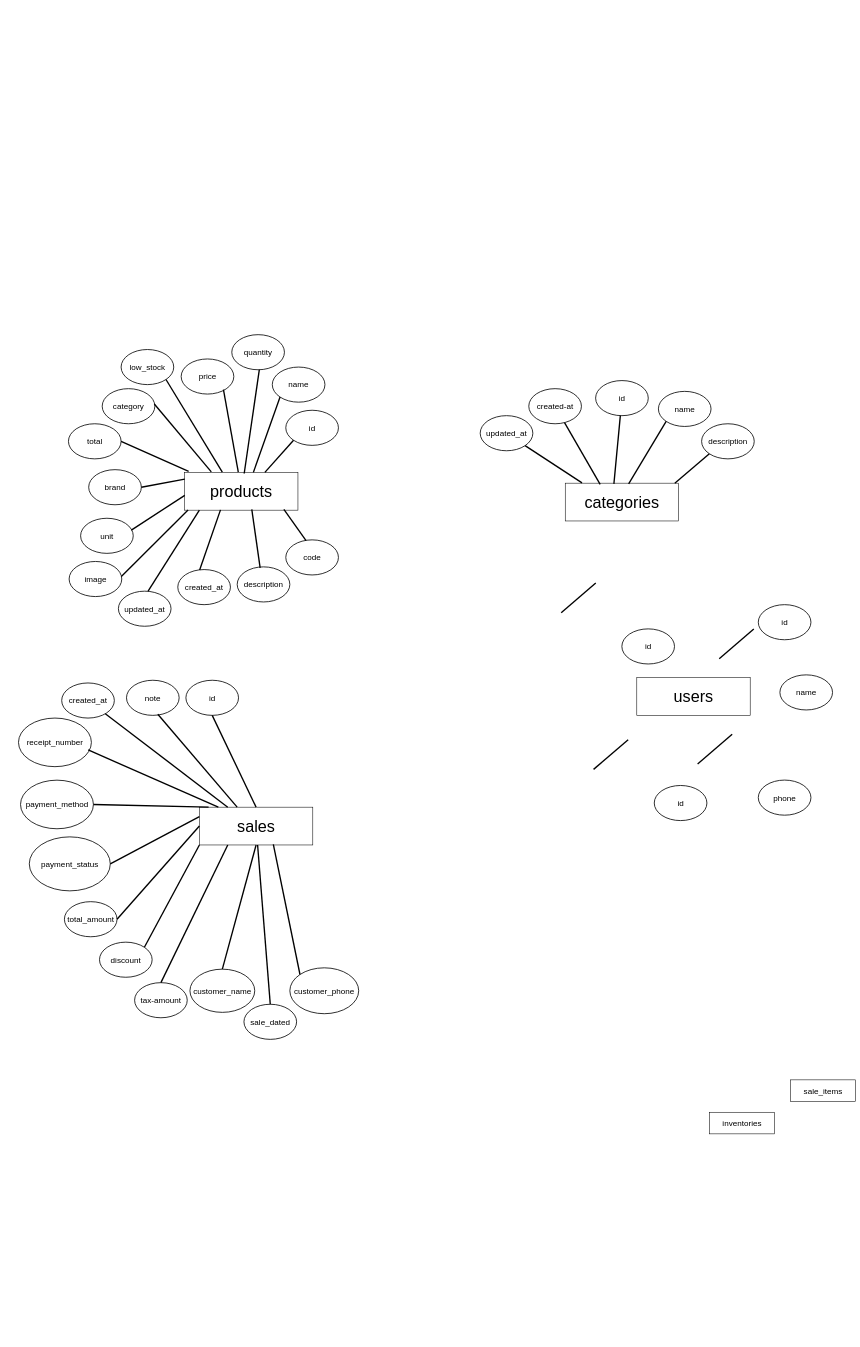
This is App ER Diagram.drawio from ChornChhery/Jame, a draw.io file, before an edit. Source tidied: cells renumbered, new cells numbered last; positions are measured from the earlier drawing's top-left corner, leaving out a move shared by most shapes. Both pictures are drawn from the tidied source at 27%, with x=0, y=0 at pixel (18, 335).
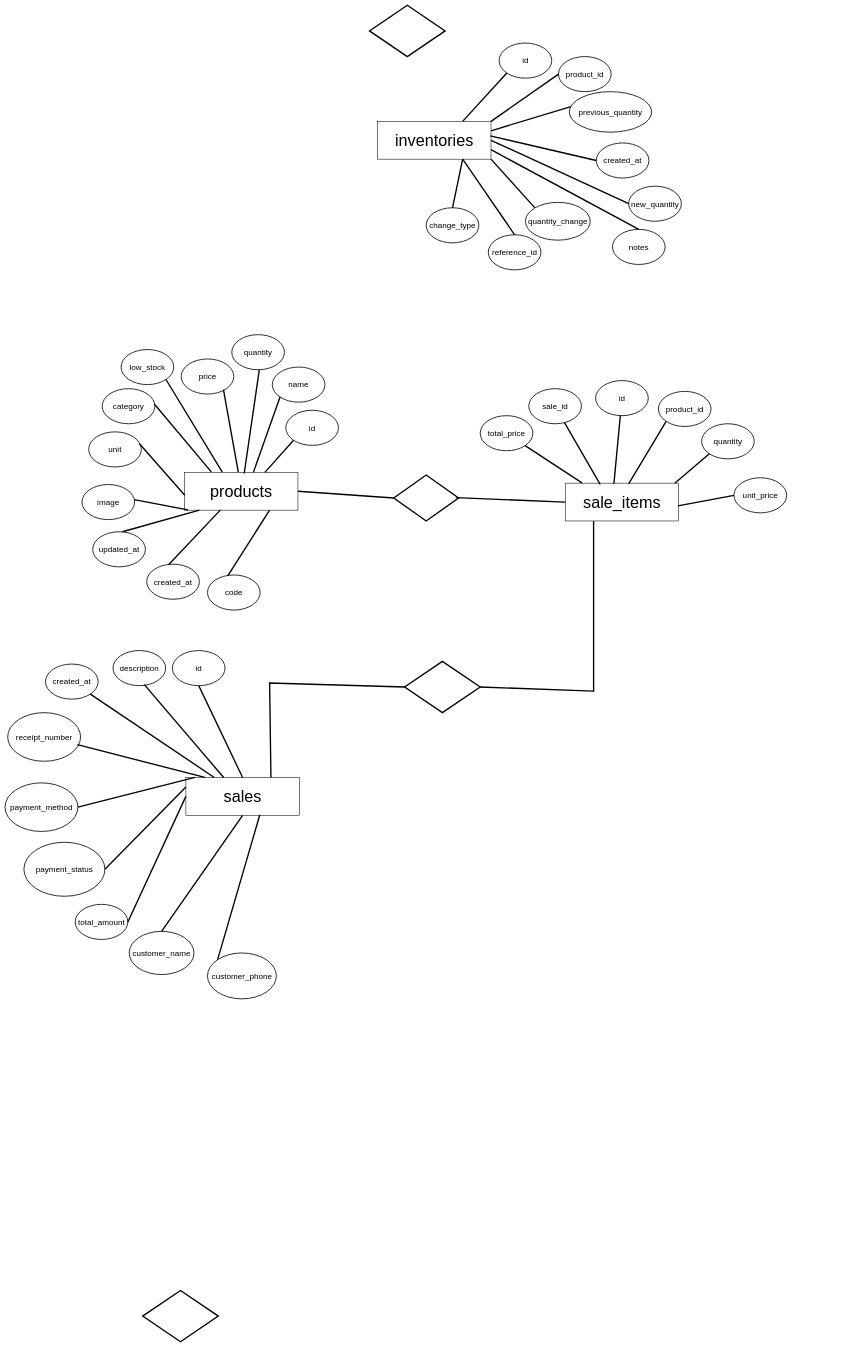
After the change.

Unchanged cells that the change refers to:
```xml
<mxCell id="2" value="&lt;font style=&quot;font-size: 60px;&quot;&gt;products&lt;/font&gt;" style="rounded=0;whiteSpace=wrap;html=1;strokeWidth=2;" parent="1" vertex="1">
  <mxGeometry x="615" y="510" width="420" height="140" as="geometry" />
</mxCell>
```

Change to the diagram source:
```diff
@@
-    <mxCell id="3" value="&lt;font style=&quot;font-size: 60px;&quot;&gt;categories&lt;/font&gt;" style="rounded=0;whiteSpace=wrap;html=1;strokeWidth=2;" parent="1" vertex="1">
+    <mxCell id="3" value="&lt;font style=&quot;font-size: 60px;&quot;&gt;sale_items&lt;/font&gt;" style="rounded=0;whiteSpace=wrap;html=1;strokeWidth=2;" parent="1" vertex="1">
       <mxGeometry x="2025" y="550" width="420" height="140" as="geometry" />
     </mxCell>
-    <mxCell id="4" value="&lt;font style=&quot;font-size: 30px;&quot;&gt;sale_items&lt;/font&gt;" style="rounded=0;whiteSpace=wrap;html=1;strokeWidth=2;" parent="1" vertex="1">
-      <mxGeometry x="2860" y="2760" width="240" height="80" as="geometry" />
-    </mxCell>
     <mxCell id="5" value="&lt;font style=&quot;font-size: 60px;&quot;&gt;sales&lt;/font&gt;" style="rounded=0;whiteSpace=wrap;html=1;strokeWidth=2;" parent="1" vertex="1">
-      <mxGeometry x="670" y="1750" width="420" height="140" as="geometry" />
+      <mxGeometry x="620" y="1640" width="420" height="140" as="geometry" />
     </mxCell>
-    <mxCell id="6" value="&lt;font style=&quot;font-size: 30px;&quot;&gt;inventories&lt;/font&gt;" style="rounded=0;whiteSpace=wrap;html=1;strokeWidth=2;" parent="1" vertex="1">
-      <mxGeometry x="2560" y="2880" width="240" height="80" as="geometry" />
-    </mxCell>
-    <mxCell id="7" value="&lt;font style=&quot;font-size: 60px;&quot;&gt;users&lt;/font&gt;" style="rounded=0;whiteSpace=wrap;html=1;strokeWidth=2;" parent="1" vertex="1">
-      <mxGeometry x="2290" y="1270" width="420" height="140" as="geometry" />
+    <mxCell id="7" value="&lt;font style=&quot;font-size: 60px;&quot;&gt;inventories&lt;/font&gt;" style="rounded=0;whiteSpace=wrap;html=1;strokeWidth=2;" parent="1" vertex="1">
+      <mxGeometry x="1330" y="-790" width="420" height="140" as="geometry" />
     </mxCell>
@@
-    <mxCell id="10" value="&lt;font style=&quot;font-size: 30px;&quot;&gt;description&lt;/font&gt;" style="ellipse;whiteSpace=wrap;html=1;strokeWidth=3;" parent="1" vertex="1">
-      <mxGeometry x="810" y="860" width="195" height="130" as="geometry" />
-    </mxCell>
@@
-    <mxCell id="12" value="&lt;font style=&quot;font-size: 30px;&quot;&gt;total&lt;/font&gt;" style="ellipse;whiteSpace=wrap;html=1;strokeWidth=3;" parent="1" vertex="1">
-      <mxGeometry x="185" y="330" width="195" height="130" as="geometry" />
-    </mxCell>
@@
     <mxCell id="15" value="&lt;font style=&quot;font-size: 30px;&quot;&gt;code&lt;/font&gt;" style="ellipse;whiteSpace=wrap;html=1;strokeWidth=3;" parent="1" vertex="1">
-      <mxGeometry x="990" y="760" width="195" height="130" as="geometry" />
+      <mxGeometry x="700" y="890" width="195" height="130" as="geometry" />
     </mxCell>
@@
-    <mxCell id="17" value="&lt;font style=&quot;font-size: 30px;&quot;&gt;brand&lt;/font&gt;" style="ellipse;whiteSpace=wrap;html=1;strokeWidth=3;" parent="1" vertex="1">
-      <mxGeometry x="260" y="500" width="195" height="130" as="geometry" />
-    </mxCell>
     <mxCell id="18" value="&lt;font style=&quot;font-size: 30px;&quot;&gt;unit&lt;/font&gt;" style="ellipse;whiteSpace=wrap;html=1;strokeWidth=3;" parent="1" vertex="1">
-      <mxGeometry x="230" y="680" width="195" height="130" as="geometry" />
+      <mxGeometry x="260" y="360" width="195" height="130" as="geometry" />
     </mxCell>
     <mxCell id="19" value="&lt;font style=&quot;font-size: 30px;&quot;&gt;image&lt;/font&gt;" style="ellipse;whiteSpace=wrap;html=1;strokeWidth=3;" parent="1" vertex="1">
-      <mxGeometry x="187.5" y="840" width="195" height="130" as="geometry" />
+      <mxGeometry x="235" y="555" width="195" height="130" as="geometry" />
     </mxCell>
     <mxCell id="20" value="&lt;font style=&quot;font-size: 30px;&quot;&gt;created_at&lt;/font&gt;" style="ellipse;whiteSpace=wrap;html=1;strokeWidth=3;" parent="1" vertex="1">
-      <mxGeometry x="590" y="870" width="195" height="130" as="geometry" />
+      <mxGeometry x="475" y="850" width="195" height="130" as="geometry" />
     </mxCell>
     <mxCell id="21" value="&lt;font style=&quot;font-size: 30px;&quot;&gt;updated_at&lt;/font&gt;" style="ellipse;whiteSpace=wrap;html=1;strokeWidth=3;" parent="1" vertex="1">
-      <mxGeometry x="370" y="950" width="195" height="130" as="geometry" />
+      <mxGeometry x="275" y="730" width="195" height="130" as="geometry" />
     </mxCell>
@@
-    <mxCell id="23" value="&lt;font style=&quot;font-size: 30px;&quot;&gt;name&lt;/font&gt;" style="ellipse;whiteSpace=wrap;html=1;strokeWidth=3;" parent="1" vertex="1">
+    <mxCell id="23" value="&lt;font style=&quot;font-size: 30px;&quot;&gt;product_id&lt;/font&gt;" style="ellipse;whiteSpace=wrap;html=1;strokeWidth=3;" parent="1" vertex="1">
       <mxGeometry x="2370" y="210" width="195" height="130" as="geometry" />
     </mxCell>
-    <mxCell id="24" value="&lt;font style=&quot;font-size: 30px;&quot;&gt;description&lt;/font&gt;" style="ellipse;whiteSpace=wrap;html=1;strokeWidth=3;" parent="1" vertex="1">
+    <mxCell id="24" value="&lt;font style=&quot;font-size: 30px;&quot;&gt;quantity&lt;/font&gt;" style="ellipse;whiteSpace=wrap;html=1;strokeWidth=3;" parent="1" vertex="1">
       <mxGeometry x="2530" y="330" width="195" height="130" as="geometry" />
     </mxCell>
-    <mxCell id="25" value="&lt;font style=&quot;font-size: 30px;&quot;&gt;created-at&lt;/font&gt;" style="ellipse;whiteSpace=wrap;html=1;strokeWidth=3;" parent="1" vertex="1">
+    <mxCell id="25" value="&lt;font style=&quot;font-size: 30px;&quot;&gt;sale_id&lt;/font&gt;" style="ellipse;whiteSpace=wrap;html=1;strokeWidth=3;" parent="1" vertex="1">
       <mxGeometry x="1890" y="200" width="195" height="130" as="geometry" />
     </mxCell>
-    <mxCell id="26" value="&lt;font style=&quot;font-size: 30px;&quot;&gt;updated_at&lt;/font&gt;" style="ellipse;whiteSpace=wrap;html=1;strokeWidth=3;" parent="1" vertex="1">
+    <mxCell id="26" value="&lt;font style=&quot;font-size: 30px;&quot;&gt;total_price&lt;/font&gt;" style="ellipse;whiteSpace=wrap;html=1;strokeWidth=3;" parent="1" vertex="1">
       <mxGeometry x="1710" y="300" width="195" height="130" as="geometry" />
     </mxCell>
     <mxCell id="27" value="&lt;font style=&quot;font-size: 30px;&quot;&gt;total_amount&lt;/font&gt;" style="ellipse;whiteSpace=wrap;html=1;strokeWidth=3;" parent="1" vertex="1">
-      <mxGeometry x="170" y="2100" width="195" height="130" as="geometry" />
+      <mxGeometry x="210" y="2110" width="195" height="130" as="geometry" />
     </mxCell>
-    <mxCell id="28" value="&lt;font style=&quot;font-size: 30px;&quot;&gt;tax-amount&lt;/font&gt;" style="ellipse;whiteSpace=wrap;html=1;strokeWidth=3;" parent="1" vertex="1">
-      <mxGeometry x="430" y="2400" width="195" height="130" as="geometry" />
-    </mxCell>
-    <mxCell id="29" value="&lt;font style=&quot;font-size: 30px;&quot;&gt;sale_dated&lt;/font&gt;" style="ellipse;whiteSpace=wrap;html=1;strokeWidth=3;" parent="1" vertex="1">
-      <mxGeometry x="835" y="2480" width="195" height="130" as="geometry" />
-    </mxCell>
     <mxCell id="30" value="&lt;font style=&quot;font-size: 30px;&quot;&gt;id&lt;/font&gt;" style="ellipse;whiteSpace=wrap;html=1;strokeWidth=3;" parent="1" vertex="1">
-      <mxGeometry x="620" y="1280" width="195" height="130" as="geometry" />
+      <mxGeometry x="570" y="1170" width="195" height="130" as="geometry" />
     </mxCell>
-    <mxCell id="31" value="&lt;font style=&quot;font-size: 30px;&quot;&gt;discount&lt;/font&gt;" style="ellipse;whiteSpace=wrap;html=1;strokeWidth=3;" parent="1" vertex="1">
-      <mxGeometry x="300" y="2250" width="195" height="130" as="geometry" />
-    </mxCell>
     <mxCell id="32" value="&lt;span style=&quot;font-size: 30px;&quot;&gt;customer_name&lt;/span&gt;" style="ellipse;whiteSpace=wrap;html=1;strokeWidth=3;" parent="1" vertex="1">
-      <mxGeometry x="635" y="2350" width="240" height="160" as="geometry" />
+      <mxGeometry x="410" y="2210" width="240" height="160" as="geometry" />
     </mxCell>
     <mxCell id="33" value="&lt;font style=&quot;font-size: 30px;&quot;&gt;payment_status&lt;/font&gt;" style="ellipse;whiteSpace=wrap;html=1;strokeWidth=3;" parent="1" vertex="1">
-      <mxGeometry x="40" y="1860" width="300" height="200" as="geometry" />
+      <mxGeometry x="20" y="1880" width="300" height="200" as="geometry" />
     </mxCell>
     <mxCell id="34" value="&lt;font style=&quot;font-size: 30px;&quot;&gt;payment_method&lt;/font&gt;" style="ellipse;strokeWidth=3;align=center;html=1;whiteSpace=wrap;" parent="1" vertex="1">
-      <mxGeometry x="7.5" y="1650" width="270" height="180" as="geometry" />
+      <mxGeometry x="-50" y="1660" width="270" height="180" as="geometry" />
     </mxCell>
     <mxCell id="35" value="&lt;span style=&quot;font-size: 30px;&quot;&gt;customer_phone&lt;/span&gt;" style="ellipse;whiteSpace=wrap;html=1;strokeWidth=3;" parent="1" vertex="1">
-      <mxGeometry x="1005" y="2345" width="255" height="170" as="geometry" />
+      <mxGeometry x="700" y="2290" width="255" height="170" as="geometry" />
     </mxCell>
     <mxCell id="36" value="&lt;span style=&quot;font-size: 30px;&quot;&gt;receipt_number&lt;/span&gt;" style="ellipse;whiteSpace=wrap;html=1;strokeWidth=3;" parent="1" vertex="1">
-      <mxGeometry y="1420" width="270" height="180" as="geometry" />
+      <mxGeometry x="-40" y="1400" width="270" height="180" as="geometry" />
     </mxCell>
-    <mxCell id="37" value="&lt;span style=&quot;font-size: 30px;&quot;&gt;note&lt;/span&gt;" style="ellipse;whiteSpace=wrap;html=1;strokeWidth=3;" parent="1" vertex="1">
-      <mxGeometry x="400" y="1280" width="195" height="130" as="geometry" />
+    <mxCell id="37" value="&lt;span style=&quot;font-size: 30px;&quot;&gt;description&lt;/span&gt;" style="ellipse;whiteSpace=wrap;html=1;strokeWidth=3;" parent="1" vertex="1">
+      <mxGeometry x="350" y="1170" width="195" height="130" as="geometry" />
     </mxCell>
     <mxCell id="38" value="&lt;span style=&quot;font-size: 30px;&quot;&gt;created_at&lt;/span&gt;" style="ellipse;whiteSpace=wrap;html=1;strokeWidth=3;" parent="1" vertex="1">
-      <mxGeometry x="160" y="1290" width="195" height="130" as="geometry" />
+      <mxGeometry x="100" y="1220" width="195" height="130" as="geometry" />
     </mxCell>
@@
-    <mxCell id="45" style="endArrow=none;html=1;rounded=0;strokeWidth=5;entryX=0.036;entryY=-0.029;entryDx=0;entryDy=0;exitX=1;exitY=0.5;exitDx=0;exitDy=0;entryPerimeter=0;" parent="1" edge="1" source="12" target="2">
-      <mxGeometry relative="1" as="geometry" />
-    </mxCell>
-    <mxCell id="46" style="endArrow=none;html=1;rounded=0;strokeWidth=5;entryX=0.002;entryY=0.179;entryDx=0;entryDy=0;exitX=1;exitY=0.5;exitDx=0;exitDy=0;entryPerimeter=0;" parent="1" edge="1" source="17" target="2">
-      <mxGeometry relative="1" as="geometry" />
-    </mxCell>
@@
-    <mxCell id="51" style="endArrow=none;html=1;rounded=0;strokeWidth=5;entryX=0.593;entryY=0.979;entryDx=0;entryDy=0;entryPerimeter=0;exitX=0.436;exitY=0.031;exitDx=0;exitDy=0;exitPerimeter=0;" parent="1" edge="1" source="10" target="2">
-      <mxGeometry relative="1" as="geometry" />
-    </mxCell>
-    <mxCell id="52" style="endArrow=none;html=1;rounded=0;strokeWidth=5;entryX=0.876;entryY=0.979;entryDx=0;entryDy=0;entryPerimeter=0;exitX=0.385;exitY=0.023;exitDx=0;exitDy=0;exitPerimeter=0;" parent="1" edge="1" source="15" target="2">
+    <mxCell id="52" style="endArrow=none;html=1;rounded=0;strokeWidth=5;entryX=0.75;entryY=1;entryDx=0;entryDy=0;exitX=0.385;exitY=0.023;exitDx=0;exitDy=0;exitPerimeter=0;" parent="1" edge="1" source="15" target="2">
       <mxGeometry relative="1" as="geometry" />
     </mxCell>
@@
-    <mxCell id="61" style="endArrow=none;html=1;rounded=0;strokeWidth=5;exitX=0.5;exitY=0;exitDx=0;exitDy=0;" parent="1" edge="1" source="29" target="5">
-      <mxGeometry relative="1" as="geometry" />
-    </mxCell>
-    <mxCell id="62" style="endArrow=none;html=1;rounded=0;strokeWidth=5;entryX=1;entryY=0;entryDx=0;entryDy=0;exitX=0;exitY=1;exitDx=0;exitDy=0;" parent="1" edge="1" source="5" target="31">
-      <mxGeometry relative="1" as="geometry" />
-    </mxCell>
@@
-    <mxCell id="64" style="endArrow=none;html=1;rounded=0;strokeWidth=5;entryX=0.25;entryY=1;entryDx=0;entryDy=0;exitX=0.5;exitY=0;exitDx=0;exitDy=0;" parent="1" edge="1" source="28" target="5">
-      <mxGeometry relative="1" as="geometry" />
-    </mxCell>
@@
-    <mxCell id="70" value="&lt;font style=&quot;font-size: 30px;&quot;&gt;id&lt;/font&gt;" style="ellipse;whiteSpace=wrap;html=1;strokeWidth=3;" parent="1" vertex="1">
-      <mxGeometry x="2740" y="1000" width="195" height="130" as="geometry" />
+    <mxCell id="70" value="&lt;span style=&quot;font-size: 30px;&quot;&gt;product_id&lt;/span&gt;" style="ellipse;whiteSpace=wrap;html=1;strokeWidth=3;" parent="1" vertex="1">
+      <mxGeometry x="2000" y="-1030" width="195" height="130" as="geometry" />
     </mxCell>
-    <mxCell id="71" style="endArrow=none;html=1;rounded=0;strokeWidth=5;entryX=0;entryY=1;entryDx=0;entryDy=0;exitX=0.966;exitY=0.005;exitDx=0;exitDy=0;exitPerimeter=0;" parent="1" edge="1">
-      <mxGeometry relative="1" as="geometry">
-        <mxPoint x="2595.3" y="1200.3" as="sourcePoint" />
-        <mxPoint x="2723.3" y="1090.3" as="targetPoint" />
-      </mxGeometry>
+    <mxCell id="71" style="endArrow=none;html=1;rounded=0;strokeWidth=5;entryX=0;entryY=0;entryDx=0;entryDy=0;exitX=1;exitY=1;exitDx=0;exitDy=0;" parent="1" edge="1" source="7" target="80">
+      <mxGeometry relative="1" as="geometry" />
     </mxCell>
-    <mxCell id="72" value="&lt;font style=&quot;font-size: 30px;&quot;&gt;name&lt;/font&gt;" style="ellipse;whiteSpace=wrap;html=1;strokeWidth=3;" parent="1" vertex="1">
-      <mxGeometry x="2820" y="1260" width="195" height="130" as="geometry" />
+    <mxCell id="72" value="&lt;font style=&quot;font-size: 30px;&quot;&gt;reference_id&lt;/font&gt;" style="ellipse;whiteSpace=wrap;html=1;strokeWidth=3;" parent="1" vertex="1">
+      <mxGeometry x="1740" y="-370" width="195" height="130" as="geometry" />
     </mxCell>
-    <mxCell id="73" value="&lt;font style=&quot;font-size: 30px;&quot;&gt;phone&lt;/font&gt;" style="ellipse;whiteSpace=wrap;html=1;strokeWidth=3;" parent="1" vertex="1">
-      <mxGeometry x="2740" y="1649.7" width="195" height="130" as="geometry" />
+    <mxCell id="73" value="&lt;font style=&quot;font-size: 30px;&quot;&gt;created_at&lt;/font&gt;" style="ellipse;whiteSpace=wrap;html=1;strokeWidth=3;" parent="1" vertex="1">
+      <mxGeometry x="2140" y="-710" width="195" height="130" as="geometry" />
     </mxCell>
-    <mxCell id="74" style="endArrow=none;html=1;rounded=0;strokeWidth=5;entryX=0;entryY=1;entryDx=0;entryDy=0;exitX=0.966;exitY=0.005;exitDx=0;exitDy=0;exitPerimeter=0;" parent="1" edge="1">
-      <mxGeometry relative="1" as="geometry">
-        <mxPoint x="2515.3" y="1590" as="sourcePoint" />
-        <mxPoint x="2643.3" y="1480" as="targetPoint" />
-      </mxGeometry>
+    <mxCell id="74" style="endArrow=none;html=1;rounded=0;strokeWidth=5;entryX=0;entryY=0.5;entryDx=0;entryDy=0;exitX=1;exitY=0;exitDx=0;exitDy=0;" parent="1" edge="1" source="7" target="70">
+      <mxGeometry relative="1" as="geometry" />
     </mxCell>
-    <mxCell id="75" value="&lt;font style=&quot;font-size: 30px;&quot;&gt;id&lt;/font&gt;" style="ellipse;whiteSpace=wrap;html=1;strokeWidth=3;" parent="1" vertex="1">
-      <mxGeometry x="2354.7" y="1669.7" width="195" height="130" as="geometry" />
+    <mxCell id="75" value="&lt;font style=&quot;font-size: 30px;&quot;&gt;notes&lt;/font&gt;" style="ellipse;whiteSpace=wrap;html=1;strokeWidth=3;" parent="1" vertex="1">
+      <mxGeometry x="2200" y="-390" width="195" height="130" as="geometry" />
     </mxCell>
-    <mxCell id="76" style="endArrow=none;html=1;rounded=0;strokeWidth=5;entryX=0;entryY=1;entryDx=0;entryDy=0;exitX=0.966;exitY=0.005;exitDx=0;exitDy=0;exitPerimeter=0;" parent="1" edge="1">
-      <mxGeometry relative="1" as="geometry">
-        <mxPoint x="2130" y="1610" as="sourcePoint" />
-        <mxPoint x="2258" y="1500" as="targetPoint" />
-      </mxGeometry>
+    <mxCell id="76" style="endArrow=none;html=1;rounded=0;strokeWidth=5;entryX=0.5;entryY=0;entryDx=0;entryDy=0;exitX=0.75;exitY=1;exitDx=0;exitDy=0;" parent="1" edge="1" source="7" target="72">
+      <mxGeometry relative="1" as="geometry" />
     </mxCell>
     <mxCell id="77" value="&lt;font style=&quot;font-size: 30px;&quot;&gt;id&lt;/font&gt;" style="ellipse;whiteSpace=wrap;html=1;strokeWidth=3;" parent="1" vertex="1">
-      <mxGeometry x="2234.7" y="1089.7" width="195" height="130" as="geometry" />
+      <mxGeometry x="1780" y="-1080" width="195" height="130" as="geometry" />
     </mxCell>
-    <mxCell id="78" style="endArrow=none;html=1;rounded=0;strokeWidth=5;entryX=0;entryY=1;entryDx=0;entryDy=0;exitX=0.966;exitY=0.005;exitDx=0;exitDy=0;exitPerimeter=0;" parent="1" edge="1">
-      <mxGeometry relative="1" as="geometry">
-        <mxPoint x="2010" y="1030" as="sourcePoint" />
-        <mxPoint x="2138" y="920" as="targetPoint" />
-      </mxGeometry>
+    <mxCell id="78" style="endArrow=none;html=1;rounded=0;strokeWidth=5;entryX=0;entryY=0.5;entryDx=0;entryDy=0;exitX=0.993;exitY=0.6;exitDx=0;exitDy=0;exitPerimeter=0;" parent="1" edge="1" source="3" target="79">
+      <mxGeometry relative="1" as="geometry" />
     </mxCell>
+    <mxCell id="79" value="&lt;font style=&quot;font-size: 30px;&quot;&gt;unit_price&lt;/font&gt;" style="ellipse;whiteSpace=wrap;html=1;strokeWidth=3;" parent="1" vertex="1">
+      <mxGeometry x="2650" y="530" width="195" height="130" as="geometry" />
+    </mxCell>
+    <mxCell id="80" value="&lt;span style=&quot;font-size: 30px;&quot;&gt;quantity_change&lt;/span&gt;" style="ellipse;whiteSpace=wrap;html=1;strokeWidth=3;" parent="1" vertex="1">
+      <mxGeometry x="1877.5" y="-490" width="240" height="140" as="geometry" />
+    </mxCell>
+    <mxCell id="81" value="&lt;font style=&quot;font-size: 30px;&quot;&gt;change_type&lt;/font&gt;" style="ellipse;whiteSpace=wrap;html=1;strokeWidth=3;" parent="1" vertex="1">
+      <mxGeometry x="1510" y="-470" width="195" height="130" as="geometry" />
+    </mxCell>
+    <mxCell id="82" style="endArrow=none;html=1;rounded=0;strokeWidth=5;entryX=0.5;entryY=0;entryDx=0;entryDy=0;exitX=1;exitY=0.75;exitDx=0;exitDy=0;" parent="1" edge="1" source="7" target="75">
+      <mxGeometry relative="1" as="geometry" />
+    </mxCell>
+    <mxCell id="83" style="endArrow=none;html=1;rounded=0;strokeWidth=5;entryX=0;entryY=1;entryDx=0;entryDy=0;exitX=0.75;exitY=0;exitDx=0;exitDy=0;" parent="1" edge="1" source="7" target="77">
+      <mxGeometry relative="1" as="geometry" />
+    </mxCell>
+    <mxCell id="84" style="endArrow=none;html=1;rounded=0;strokeWidth=5;entryX=0;entryY=0.5;entryDx=0;entryDy=0;exitX=0.994;exitY=0.385;exitDx=0;exitDy=0;exitPerimeter=0;" parent="1" edge="1" source="7" target="73">
+      <mxGeometry relative="1" as="geometry" />
+    </mxCell>
+    <mxCell id="85" style="endArrow=none;html=1;rounded=0;strokeWidth=5;entryX=0.75;entryY=1;entryDx=0;entryDy=0;exitX=0.5;exitY=0;exitDx=0;exitDy=0;" parent="1" edge="1" source="81" target="7">
+      <mxGeometry relative="1" as="geometry" />
+    </mxCell>
+    <mxCell id="86" value="&lt;font style=&quot;font-size: 30px;&quot;&gt;previous_quantity&lt;/font&gt;" style="ellipse;whiteSpace=wrap;html=1;strokeWidth=3;" parent="1" vertex="1">
+      <mxGeometry x="2040" y="-900" width="305" height="150" as="geometry" />
+    </mxCell>
+    <mxCell id="87" style="endArrow=none;html=1;rounded=0;strokeWidth=5;entryX=0.019;entryY=0.369;entryDx=0;entryDy=0;exitX=1;exitY=0.25;exitDx=0;exitDy=0;entryPerimeter=0;" parent="1" edge="1" source="7" target="86">
+      <mxGeometry relative="1" as="geometry" />
+    </mxCell>
+    <mxCell id="88" value="&lt;font style=&quot;font-size: 30px;&quot;&gt;new_quantity&lt;/font&gt;" style="ellipse;whiteSpace=wrap;html=1;strokeWidth=3;" parent="1" vertex="1">
+      <mxGeometry x="2260" y="-550" width="195" height="130" as="geometry" />
+    </mxCell>
+    <mxCell id="89" style="endArrow=none;html=1;rounded=0;strokeWidth=5;entryX=0;entryY=0.5;entryDx=0;entryDy=0;exitX=1;exitY=0.5;exitDx=0;exitDy=0;" parent="1" edge="1" source="7" target="88">
+      <mxGeometry relative="1" as="geometry" />
+    </mxCell>
+    <mxCell id="90" style="rhombus;whiteSpace=wrap;html=1;strokeWidth=5;" parent="1" vertex="1">
+      <mxGeometry x="1390" y="520" width="240" height="170" as="geometry" />
+    </mxCell>
+    <mxCell id="91" style="rhombus;whiteSpace=wrap;html=1;strokeWidth=5;" parent="1" vertex="1">
+      <mxGeometry x="1300" y="-1220" width="280" height="190" as="geometry" />
+    </mxCell>
+    <mxCell id="92" style="rhombus;whiteSpace=wrap;html=1;strokeWidth=5;" parent="1" vertex="1">
+      <mxGeometry x="460" y="3540" width="280" height="190" as="geometry" />
+    </mxCell>
+    <mxCell id="93" style="rhombus;whiteSpace=wrap;html=1;strokeWidth=5;" parent="1" vertex="1">
+      <mxGeometry x="1430" y="1210" width="280" height="190" as="geometry" />
+    </mxCell>
+    <mxCell id="94" style="endArrow=none;html=1;rounded=0;strokeWidth=5;entryX=0;entryY=0.5;entryDx=0;entryDy=0;exitX=1;exitY=0.5;exitDx=0;exitDy=0;" parent="1" edge="1" source="2" target="90">
+      <mxGeometry relative="1" as="geometry" />
+    </mxCell>
+    <mxCell id="95" style="endArrow=none;html=1;rounded=0;strokeWidth=5;entryX=0;entryY=0.5;entryDx=0;entryDy=0;exitX=0.958;exitY=0.491;exitDx=0;exitDy=0;exitPerimeter=0;" parent="1" edge="1" source="90" target="3">
+      <mxGeometry relative="1" as="geometry" />
+    </mxCell>
+    <mxCell id="96" style="endArrow=none;html=1;rounded=0;strokeWidth=5;entryX=0.75;entryY=0;entryDx=0;entryDy=0;exitX=0;exitY=0.5;exitDx=0;exitDy=0;" parent="1" edge="1" source="93" target="5">
+      <mxGeometry relative="1" as="geometry">
+        <Array as="points">
+          <mxPoint x="930" y="1290" />
+        </Array>
+      </mxGeometry>
+    </mxCell>
+    <mxCell id="97" style="endArrow=none;html=1;rounded=0;strokeWidth=5;entryX=1;entryY=0.5;entryDx=0;entryDy=0;exitX=0.25;exitY=1;exitDx=0;exitDy=0;" parent="1" edge="1" source="3" target="93">
+      <mxGeometry relative="1" as="geometry">
+        <Array as="points">
+          <mxPoint x="2130" y="1320" />
+        </Array>
+      </mxGeometry>
+    </mxCell>
```
